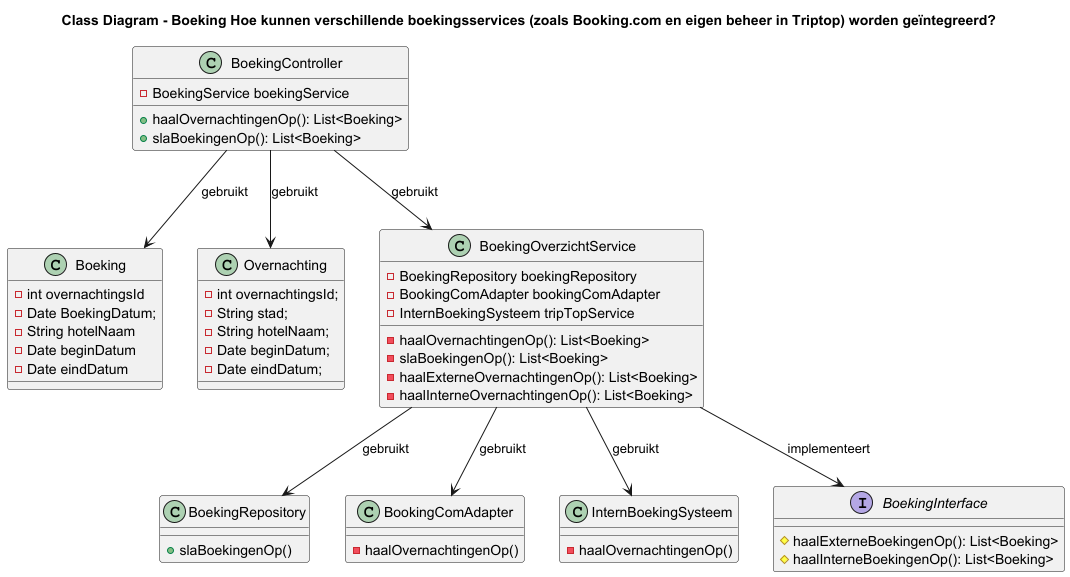
AIM-ENE-feb25/triptop-asas keeps this PlantUML diagram as software-guidebook/component-code/sybren/class-diagram.png. Above is the earlier version.
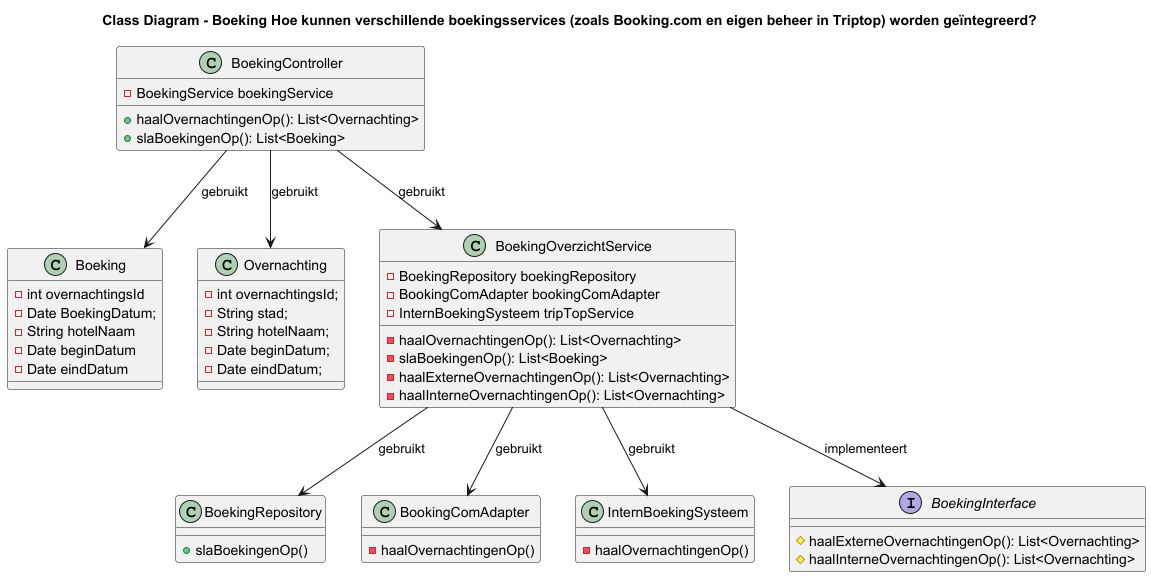
Above is the later version.

Diff of the diagram source:
```diff
@@ -19,7 +19,7 @@
 
 class BoekingController {
     - BoekingService boekingService
-    + haalOvernachtingenOp(): List<Boeking>
+    + haalOvernachtingenOp(): List<Overnachting>
     + slaBoekingenOp(): List<Boeking>
 }
 
@@ -33,10 +33,10 @@
     - BoekingRepository boekingRepository
     - BookingComAdapter bookingComAdapter
     - InternBoekingSysteem tripTopService
-    - haalOvernachtingenOp(): List<Boeking>
+    - haalOvernachtingenOp(): List<Overnachting>
     - slaBoekingenOp(): List<Boeking>
-    - haalExterneOvernachtingenOp(): List<Boeking>
-    - haalInterneOvernachtingenOp(): List<Boeking>
+    - haalExterneOvernachtingenOp(): List<Overnachting>
+    - haalInterneOvernachtingenOp(): List<Overnachting>
 }
 
 class BookingComAdapter {
@@ -48,8 +48,8 @@
 }
 
 interface BoekingInterface {
-    # haalExterneBoekingenOp(): List<Boeking>
-    # haalInterneBoekingenOp(): List<Boeking>
+    # haalExterneOvernachtingenOp(): List<Overnachting>
+    # haalInterneOvernachtingenOp(): List<Overnachting>
 }
 
 BoekingController --> BoekingOverzichtService: "gebruikt"
```
